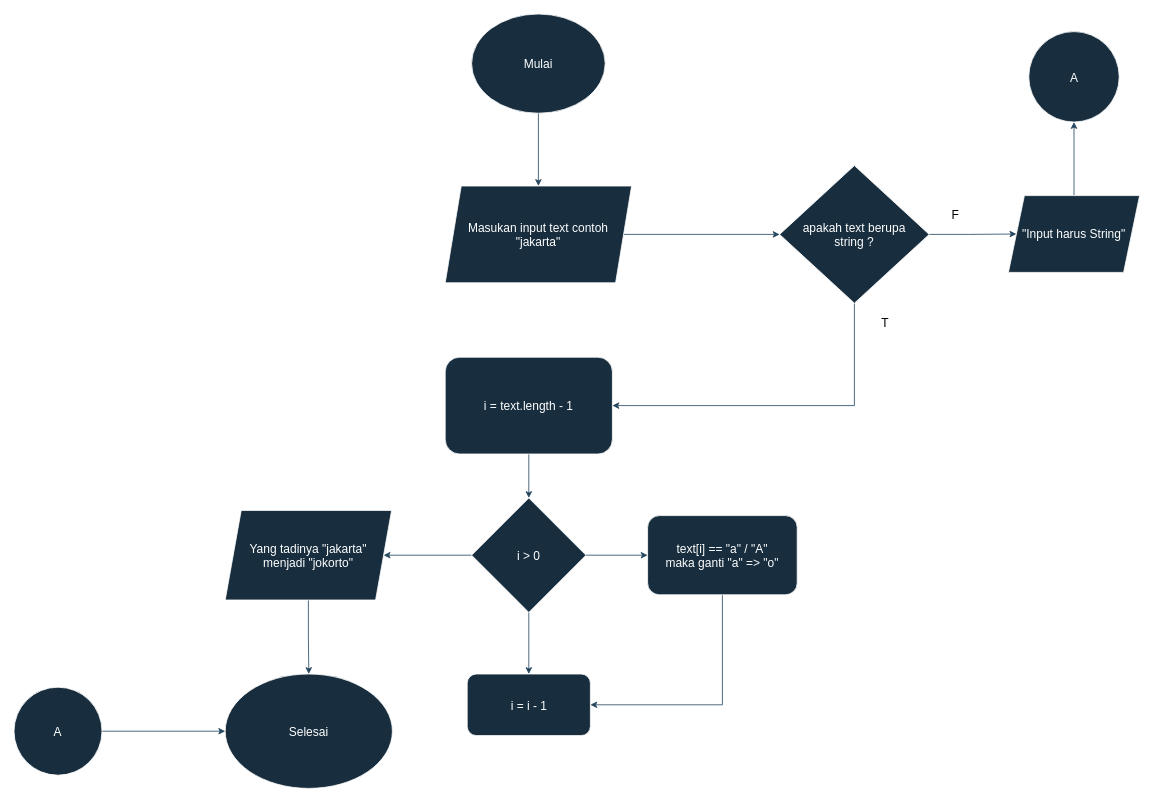
Earlier version of the draw.io diagram flowchart/huruf-konsonan2.drawio (redhadefinto/logic-basic). Source tidied: cells renumbered, new cells numbered last; positions are measured from the earlier drawing's top-left corner, leaving out a move shared by most shapes. Both pictures are drawn from the tidied source at 80%, with x=0, y=0 at pixel (14, 14).
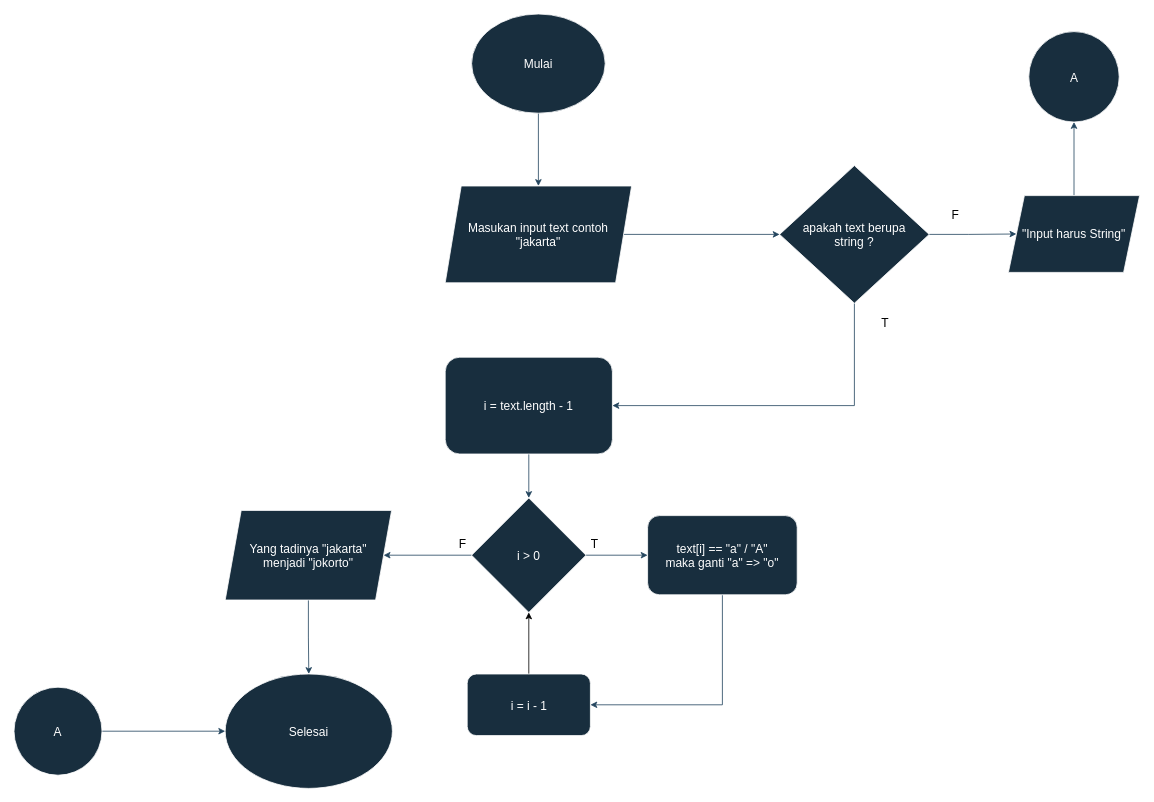
After the change.

The change refers to these unchanged cells:
```xml
<mxCell id="18" value="i = i - 1" style="rounded=1;whiteSpace=wrap;html=1;strokeColor=#FFFFFF;fontSize=15;fontColor=#FFFFFF;fillColor=#182E3E;" parent="1" vertex="1">
  <mxGeometry x="566.5" y="825" width="154" height="77" as="geometry" />
</mxCell>
<mxCell id="22" value="i &amp;gt; 0" style="rhombus;whiteSpace=wrap;html=1;strokeColor=#FFFFFF;fontSize=15;fontColor=#FFFFFF;fillColor=#182E3E;" parent="1" vertex="1">
  <mxGeometry x="572" y="605" width="143" height="143" as="geometry" />
</mxCell>
```

Change to the diagram source:
```diff
@@
+    <mxCell id="28" style="edgeStyle=orthogonalEdgeStyle;rounded=0;jettySize=auto;html=1;exitX=0.5;exitY=0;exitDx=0;exitDy=0;entryX=0.5;entryY=1;entryDx=0;entryDy=0;" parent="1" edge="1" source="18" target="22">
+      <mxGeometry relative="1" as="geometry" />
+    </mxCell>
@@
-    <mxCell id="20" style="edgeStyle=orthogonalEdgeStyle;rounded=0;jettySize=auto;html=1;exitX=0.5;exitY=1;exitDx=0;exitDy=0;strokeColor=#23445D;fontSize=15;fontColor=#FFFFFF;" parent="1" edge="1" source="22" target="18">
-      <mxGeometry relative="1" as="geometry" />
-    </mxCell>
@@
+    <mxCell id="29" value="T" style="text;strokeColor=none;align=center;fillColor=none;html=1;verticalAlign=middle;whiteSpace=wrap;rounded=0;fontSize=15;fontColor=#000000;" parent="1" vertex="1">
+      <mxGeometry x="693" y="638" width="66" height="48" as="geometry" />
+    </mxCell>
+    <mxCell id="30" value="F" style="text;strokeColor=none;align=center;fillColor=none;html=1;verticalAlign=middle;whiteSpace=wrap;rounded=0;fontSize=15;fontColor=#000000;" parent="1" vertex="1">
+      <mxGeometry x="528" y="638" width="66" height="48" as="geometry" />
+    </mxCell>
```
